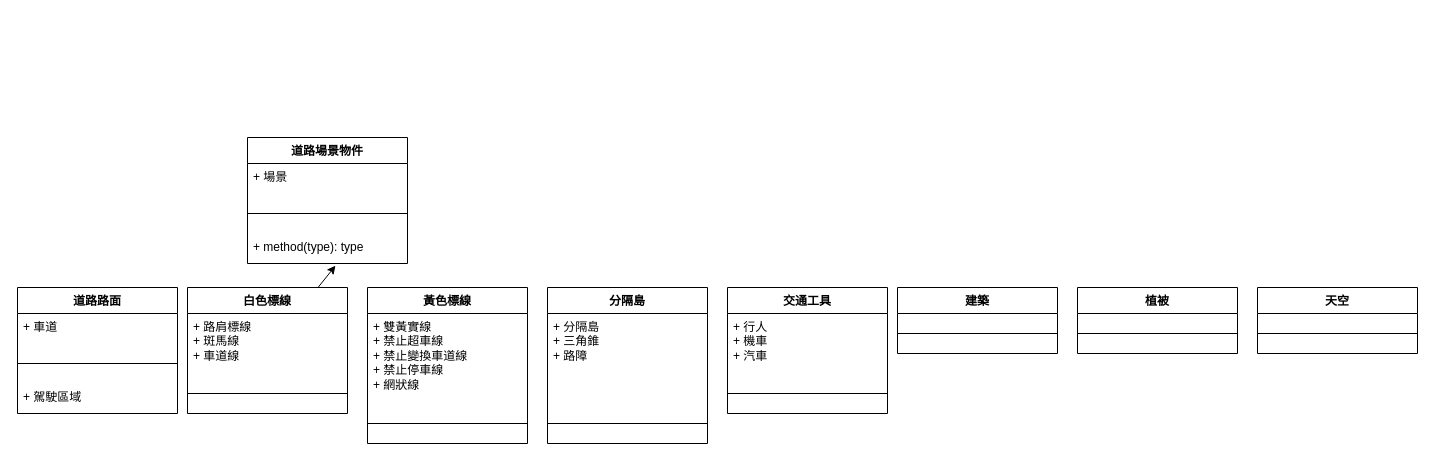
Before: Figures/道路物件分類圖.drawio in MoriExist/RoadSegmentwithSuperpixels, a draw.io diagram. Source tidied: cells renumbered, new cells numbered last; positions are measured from the earlier drawing's top-left corner, leaving out a move shared by most shapes. Both pictures are drawn from the tidied source at 100%, with x=0, y=0 at pixel (17, 137).
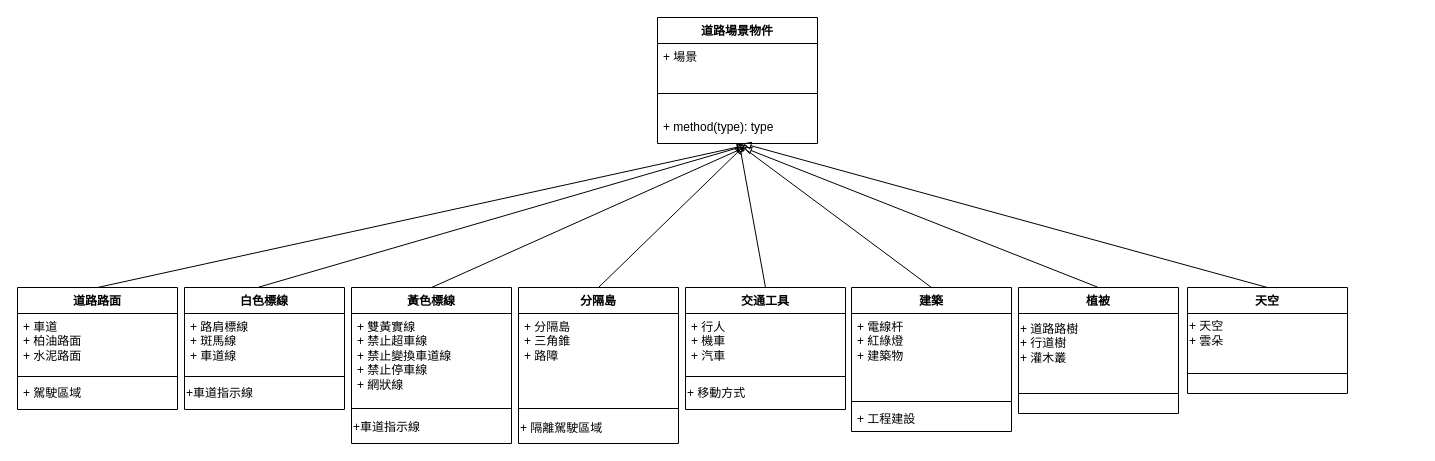
The same page after the edit.

Commit message:
更新道路物件分類圖.drawio

Unchanged cells that the change refers to:
```xml
<mxCell id="5" value="+ method(type): type" style="text;strokeColor=none;fillColor=none;align=left;verticalAlign=top;spacingLeft=4;spacingRight=4;overflow=hidden;points=[[0,0.5],[1,0.5]];portConstraint=eastwest;whiteSpace=wrap;html=1;" parent="2" vertex="1">
  <mxGeometry y="96" width="160" height="30" as="geometry" />
</mxCell>
```

The edit, as a diff of the source:
```diff
@@
     <mxCell id="2" value="道路場景物件" style="swimlane;fontStyle=1;align=center;verticalAlign=top;horizontal=1;startSize=26;whiteSpace=wrap;html=1;" parent="1" vertex="1">
-      <mxGeometry x="230" width="160" height="126" as="geometry" />
+      <mxGeometry x="640" y="-120" width="160" height="126" as="geometry" />
     </mxCell>
@@
-    <mxCell id="6" style="rounded=0;jettySize=auto;html=1;entryX=0.55;entryY=1.072;entryDx=0;entryDy=0;entryPerimeter=0;" parent="1" edge="1" source="7" target="5">
+    <mxCell id="6" style="rounded=0;jettySize=auto;html=1;entryX=0.55;entryY=1.072;entryDx=0;entryDy=0;entryPerimeter=0;endArrow=block;endFill=0;exitX=0.464;exitY=-0.003;exitDx=0;exitDy=0;exitPerimeter=0;" parent="1" edge="1" source="7" target="5">
       <mxGeometry relative="1" as="geometry" />
     </mxCell>
     <mxCell id="7" value="白色標線&lt;br&gt;" style="swimlane;fontStyle=1;align=center;verticalAlign=top;horizontal=1;startSize=26;whiteSpace=wrap;html=1;" parent="1" vertex="1">
-      <mxGeometry x="170" y="150" width="160" height="126" as="geometry" />
+      <mxGeometry x="167" y="150" width="160" height="122" as="geometry" />
     </mxCell>
@@
     <mxCell id="9" style="line;strokeWidth=1;fillColor=none;align=left;verticalAlign=middle;spacingTop=-1;spacingLeft=3;spacingRight=3;labelPosition=right;strokeColor=inherit;" parent="7" vertex="1">
-      <mxGeometry y="86" width="160" height="40" as="geometry" />
+      <mxGeometry y="86" width="160" height="6" as="geometry" />
     </mxCell>
+    <mxCell id="29" value="+車道指示線" style="text;html=1;align=left;verticalAlign=top;strokeColor=none;fillColor=none;horizontal=1;" parent="7" vertex="1">
+      <mxGeometry y="92" width="160" height="30" as="geometry" />
+    </mxCell>
+    <mxCell id="30" style="rounded=0;jettySize=auto;html=1;exitX=0.5;exitY=0;exitDx=0;exitDy=0;entryX=0.551;entryY=1.062;entryDx=0;entryDy=0;entryPerimeter=0;endArrow=block;endFill=0;" parent="1" edge="1" source="10" target="5">
+      <mxGeometry relative="1" as="geometry" />
+    </mxCell>
     <mxCell id="10" value="道路路面" style="swimlane;fontStyle=1;align=center;verticalAlign=top;horizontal=1;startSize=26;whiteSpace=wrap;html=1;" parent="1" vertex="1">
-      <mxGeometry y="150" width="160" height="126" as="geometry" />
+      <mxGeometry y="150" width="160" height="122" as="geometry" />
     </mxCell>
-    <mxCell id="11" value="+ 車道" style="text;strokeColor=none;fillColor=none;align=left;verticalAlign=top;spacingLeft=4;spacingRight=4;overflow=hidden;whiteSpace=wrap;html=1;" parent="10" vertex="1">
-      <mxGeometry y="26" width="160" height="30" as="geometry" />
+    <mxCell id="11" value="+ 車道&lt;br&gt;+ 柏油路面&lt;br&gt;+ 水泥路面&lt;br&gt;" style="text;strokeColor=none;fillColor=none;align=left;verticalAlign=top;spacingLeft=4;spacingRight=4;overflow=hidden;whiteSpace=wrap;html=1;" parent="10" vertex="1">
+      <mxGeometry y="26" width="160" height="60" as="geometry" />
     </mxCell>
     <mxCell id="12" style="line;strokeWidth=1;fillColor=none;align=left;verticalAlign=middle;spacingTop=-1;spacingLeft=3;spacingRight=3;labelPosition=right;strokeColor=inherit;" parent="10" vertex="1">
-      <mxGeometry y="56" width="160" height="40" as="geometry" />
+      <mxGeometry y="86" width="160" height="6" as="geometry" />
     </mxCell>
     <mxCell id="13" value="+ 駕駛區域" style="text;strokeColor=none;fillColor=none;align=left;verticalAlign=top;spacingLeft=4;spacingRight=4;overflow=hidden;whiteSpace=wrap;html=1;" parent="10" vertex="1">
-      <mxGeometry y="96" width="160" height="30" as="geometry" />
+      <mxGeometry y="92" width="160" height="30" as="geometry" />
     </mxCell>
+    <mxCell id="31" style="rounded=0;jettySize=auto;html=1;exitX=0.5;exitY=0;exitDx=0;exitDy=0;endArrow=block;endFill=0;entryX=0.549;entryY=1.119;entryDx=0;entryDy=0;entryPerimeter=0;" parent="1" edge="1" source="14" target="5">
+      <mxGeometry relative="1" as="geometry" />
+    </mxCell>
     <mxCell id="14" value="黃色標線" style="swimlane;fontStyle=1;align=center;verticalAlign=top;horizontal=1;startSize=26;whiteSpace=wrap;html=1;" parent="1" vertex="1">
-      <mxGeometry x="350" y="150" width="160" height="156" as="geometry" />
+      <mxGeometry x="334" y="150" width="160" height="156" as="geometry" />
     </mxCell>
@@
     <mxCell id="16" style="line;strokeWidth=1;fillColor=none;align=left;verticalAlign=middle;spacingTop=-1;spacingLeft=3;spacingRight=3;labelPosition=right;strokeColor=inherit;" parent="14" vertex="1">
-      <mxGeometry y="116" width="160" height="40" as="geometry" />
+      <mxGeometry y="116" width="160" height="10" as="geometry" />
     </mxCell>
+    <mxCell id="32" value="+車道指示線" style="text;html=1;align=left;verticalAlign=top;strokeColor=none;fillColor=none;horizontal=1;" parent="14" vertex="1">
+      <mxGeometry y="126" width="160" height="30" as="geometry" />
+    </mxCell>
+    <mxCell id="33" style="rounded=0;jettySize=auto;html=1;exitX=0.5;exitY=0;exitDx=0;exitDy=0;endArrow=block;endFill=0;entryX=0.539;entryY=1.093;entryDx=0;entryDy=0;entryPerimeter=0;" parent="1" edge="1" source="17" target="5">
+      <mxGeometry relative="1" as="geometry" />
+    </mxCell>
     <mxCell id="17" value="分隔島" style="swimlane;fontStyle=1;align=center;verticalAlign=top;horizontal=1;startSize=26;whiteSpace=wrap;html=1;" parent="1" vertex="1">
-      <mxGeometry x="530" y="150" width="160" height="156" as="geometry" />
+      <mxGeometry x="501" y="150" width="160" height="156" as="geometry" />
     </mxCell>
@@
     <mxCell id="19" style="line;strokeWidth=1;fillColor=none;align=left;verticalAlign=middle;spacingTop=-1;spacingLeft=3;spacingRight=3;labelPosition=right;strokeColor=inherit;" parent="17" vertex="1">
-      <mxGeometry y="116" width="160" height="40" as="geometry" />
+      <mxGeometry y="116" width="160" height="10" as="geometry" />
     </mxCell>
-    <mxCell id="20" value="建築" style="swimlane;fontStyle=1;align=center;verticalAlign=top;horizontal=1;startSize=26;whiteSpace=wrap;html=1;" parent="1" vertex="1">
-      <mxGeometry x="880" y="150" width="160" height="66" as="geometry" />
-    </mxCell>
-    <mxCell id="21" style="line;strokeWidth=1;fillColor=none;align=left;verticalAlign=middle;spacingTop=-1;spacingLeft=3;spacingRight=3;labelPosition=right;strokeColor=inherit;" parent="20" vertex="1">
-      <mxGeometry y="26" width="160" height="40" as="geometry" />
-    </mxCell>
+    <mxCell id="34" value="+ 隔離駕駛區域" style="text;html=1;align=left;verticalAlign=middle;strokeColor=none;fillColor=none;" parent="17" vertex="1">
+      <mxGeometry y="126" width="160" height="30" as="geometry" />
+    </mxCell>
     <mxCell id="22" value="交通工具" style="swimlane;fontStyle=1;align=center;verticalAlign=top;horizontal=1;startSize=26;whiteSpace=wrap;html=1;" parent="1" vertex="1">
-      <mxGeometry x="710" y="150" width="160" height="126" as="geometry" />
+      <mxGeometry x="668" y="150" width="160" height="122" as="geometry" />
     </mxCell>
@@
     <mxCell id="24" style="line;strokeWidth=1;fillColor=none;align=left;verticalAlign=middle;spacingTop=-1;spacingLeft=3;spacingRight=3;labelPosition=right;strokeColor=inherit;" parent="22" vertex="1">
-      <mxGeometry y="86" width="160" height="40" as="geometry" />
+      <mxGeometry y="86" width="160" height="6" as="geometry" />
     </mxCell>
+    <mxCell id="35" value="+ 移動方式" style="text;html=1;align=left;verticalAlign=top;strokeColor=none;fillColor=none;" parent="22" vertex="1">
+      <mxGeometry y="92" width="160" height="30" as="geometry" />
+    </mxCell>
     <mxCell id="25" value="植被" style="swimlane;fontStyle=1;align=center;verticalAlign=top;horizontal=1;startSize=26;whiteSpace=wrap;html=1;" parent="1" vertex="1">
-      <mxGeometry x="1060" y="150" width="160" height="66" as="geometry" />
+      <mxGeometry x="1001" y="150" width="160" height="126" as="geometry" />
     </mxCell>
+    <mxCell id="36" value="+ 道路路樹&lt;br&gt;+ 行道樹&lt;br&gt;+ 灌木叢" style="text;html=1;align=left;verticalAlign=middle;strokeColor=none;fillColor=none;" parent="25" vertex="1">
+      <mxGeometry y="26" width="160" height="60" as="geometry" />
+    </mxCell>
     <mxCell id="26" style="line;strokeWidth=1;fillColor=none;align=left;verticalAlign=middle;spacingTop=-1;spacingLeft=3;spacingRight=3;labelPosition=right;strokeColor=inherit;" parent="25" vertex="1">
-      <mxGeometry y="26" width="160" height="40" as="geometry" />
+      <mxGeometry y="86" width="160" height="40" as="geometry" />
     </mxCell>
+    <mxCell id="37" style="rounded=0;jettySize=auto;html=1;exitX=0.5;exitY=0;exitDx=0;exitDy=0;endArrow=block;endFill=0;entryX=0.534;entryY=1;entryDx=0;entryDy=0;entryPerimeter=0;" parent="1" edge="1" source="27" target="5">
+      <mxGeometry relative="1" as="geometry" />
+    </mxCell>
     <mxCell id="27" value="天空" style="swimlane;fontStyle=1;align=center;verticalAlign=top;horizontal=1;startSize=26;whiteSpace=wrap;html=1;" parent="1" vertex="1">
-      <mxGeometry x="1240" y="150" width="160" height="66" as="geometry" />
+      <mxGeometry x="1170" y="150" width="160" height="106" as="geometry" />
     </mxCell>
+    <mxCell id="38" value="+ 天空&lt;br&gt;+ 雲朵" style="text;html=1;align=left;verticalAlign=middle;strokeColor=none;fillColor=none;" parent="27" vertex="1">
+      <mxGeometry y="26" width="160" height="40" as="geometry" />
+    </mxCell>
     <mxCell id="28" style="line;strokeWidth=1;fillColor=none;align=left;verticalAlign=middle;spacingTop=-1;spacingLeft=3;spacingRight=3;labelPosition=right;strokeColor=inherit;" parent="27" vertex="1">
-      <mxGeometry y="26" width="160" height="40" as="geometry" />
+      <mxGeometry y="66" width="160" height="40" as="geometry" />
     </mxCell>
+    <mxCell id="20" value="建築" style="swimlane;fontStyle=1;align=center;verticalAlign=top;horizontal=1;startSize=26;whiteSpace=wrap;html=1;" parent="1" vertex="1">
+      <mxGeometry x="834" y="150" width="160" height="144" as="geometry" />
+    </mxCell>
+    <mxCell id="39" value="+ 電線杆&lt;br&gt;+ 紅綠燈&lt;br&gt;+ 建築物" style="text;strokeColor=none;fillColor=none;align=left;verticalAlign=top;spacingLeft=4;spacingRight=4;overflow=hidden;whiteSpace=wrap;html=1;" parent="20" vertex="1">
+      <mxGeometry y="26" width="160" height="84" as="geometry" />
+    </mxCell>
+    <mxCell id="40" style="line;strokeWidth=1;fillColor=none;align=left;verticalAlign=middle;spacingTop=-1;spacingLeft=3;spacingRight=3;labelPosition=right;strokeColor=inherit;" parent="20" vertex="1">
+      <mxGeometry y="110" width="160" height="8" as="geometry" />
+    </mxCell>
+    <mxCell id="41" value="+ 工程建設&amp;nbsp;&lt;br&gt;" style="text;strokeColor=none;fillColor=none;align=left;verticalAlign=top;spacingLeft=4;spacingRight=4;overflow=hidden;whiteSpace=wrap;html=1;" parent="20" vertex="1">
+      <mxGeometry y="118" width="160" height="26" as="geometry" />
+    </mxCell>
+    <mxCell id="42" style="rounded=0;jettySize=auto;html=1;exitX=0.5;exitY=0;exitDx=0;exitDy=0;entryX=0.511;entryY=0.996;entryDx=0;entryDy=0;entryPerimeter=0;endArrow=block;endFill=0;" parent="1" edge="1" source="22" target="5">
+      <mxGeometry relative="1" as="geometry" />
+    </mxCell>
+    <mxCell id="43" style="rounded=0;jettySize=auto;html=1;exitX=0.5;exitY=0;exitDx=0;exitDy=0;entryX=0.504;entryY=1.009;entryDx=0;entryDy=0;entryPerimeter=0;endArrow=block;endFill=0;" parent="1" edge="1" source="20" target="5">
+      <mxGeometry relative="1" as="geometry" />
+    </mxCell>
+    <mxCell id="44" style="rounded=0;jettySize=auto;html=1;exitX=0.5;exitY=0;exitDx=0;exitDy=0;entryX=0.537;entryY=1.133;entryDx=0;entryDy=0;entryPerimeter=0;endArrow=block;endFill=0;" parent="1" edge="1" source="25" target="5">
+      <mxGeometry relative="1" as="geometry" />
+    </mxCell>
```
